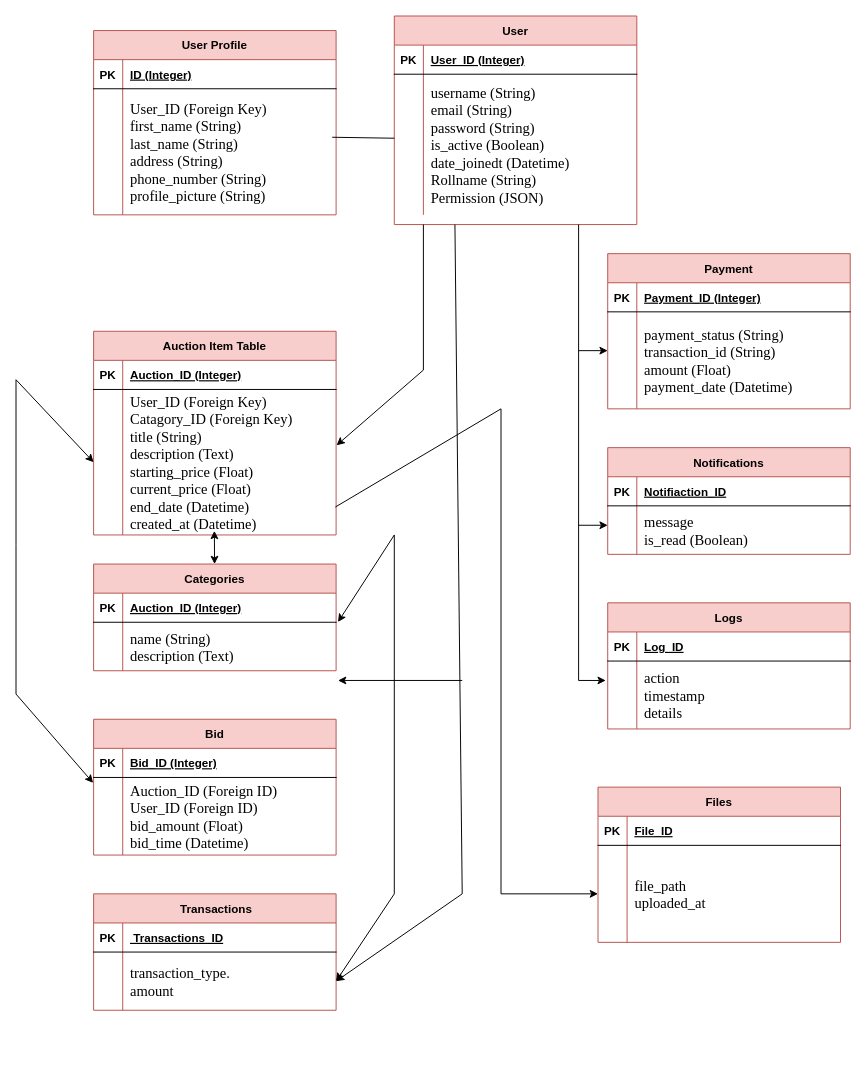
The draw.io diagram Online_Auction_Management (1).drawio in kaziikram678/Python_Django, before the edit. Source tidied: cells renumbered, new cells numbered last; positions are measured from the earlier drawing's top-left corner, leaving out a move shared by most shapes. Both pictures are drawn from the tidied source at 97%, with x=0, y=0 at pixel (16, 16).
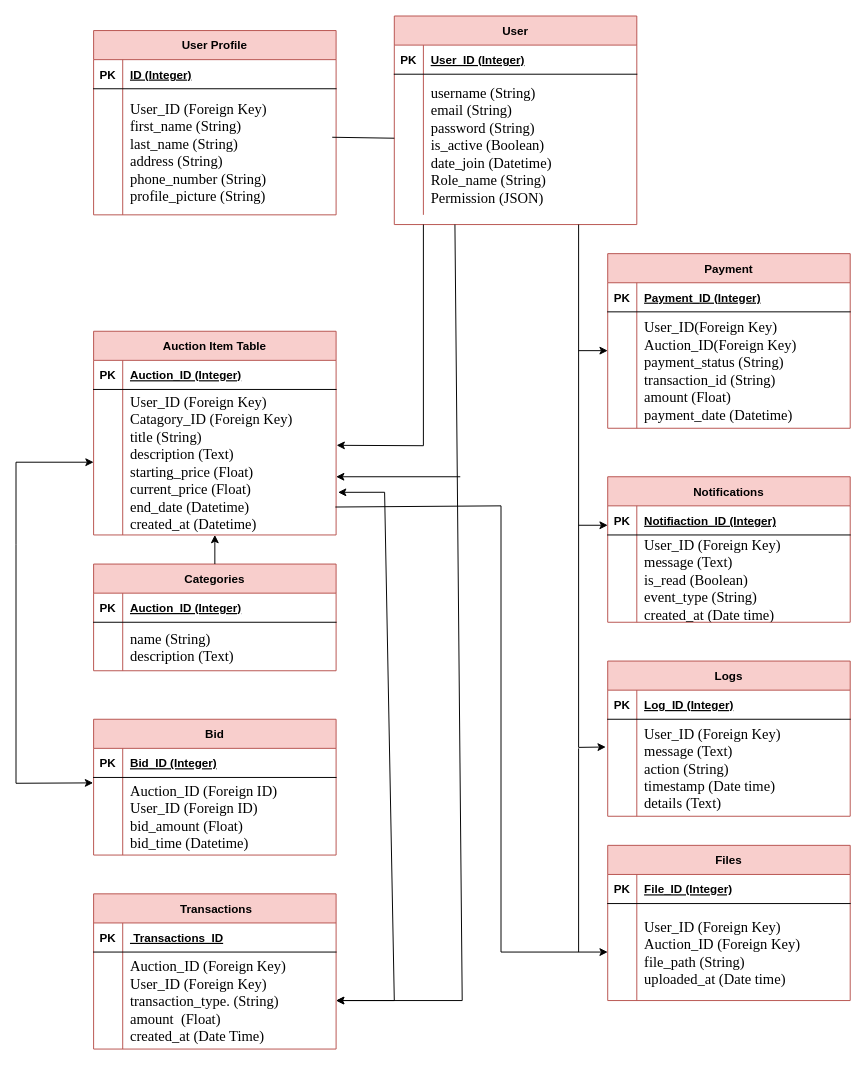
After the change.

The change refers to these unchanged cells:
```xml
<mxCell id="2" value="User" style="shape=table;startSize=30;childLayout=tableLayout;rowLines=0;fontStyle=1;align=center;labelBackgroundColor=none;fillColor=#f8cecc;strokeColor=#b85450;" parent="1" vertex="1">
  <mxGeometry x="390" width="250" height="215" as="geometry" />
</mxCell>
<mxCell id="6" style="shape=partialRectangle;fillColor=none;top=0;left=0;right=0;bottom=0;" parent="2" vertex="1">
  <mxGeometry y="60" width="250" height="145" as="geometry" />
</mxCell>
<mxCell id="20" style="shape=partialRectangle;fillColor=none;points=[[0,0.5],[1,0.5]];portConstraint=eastwest;top=0;left=0;right=0;bottom=0;" parent="16" vertex="1">
  <mxGeometry y="60" width="250" height="80" as="geometry" />
</mxCell>
<mxCell id="23" value="Categories" style="shape=table;startSize=30;childLayout=tableLayout;rowLines=0;fontStyle=1;align=center;fillColor=#f8cecc;strokeColor=#b85450;" parent="1" vertex="1">
  <mxGeometry x="80" y="565" width="250" height="110" as="geometry" />
</mxCell>
<mxCell id="27" style="shape=partialRectangle;fillColor=none;points=[[0,0.5],[1,0.5]];portConstraint=eastwest;top=0;left=0;right=0;bottom=0;" parent="23" vertex="1">
  <mxGeometry y="60" width="250" height="50" as="geometry" />
</mxCell>
<mxCell id="34" style="shape=partialRectangle;fillColor=none;points=[[0,0.5],[1,0.5]];portConstraint=eastwest;top=0;left=0;right=0;bottom=0;" parent="30" vertex="1">
  <mxGeometry y="60" width="250" height="150" as="geometry" />
</mxCell>
<mxCell id="45" style="shape=partialRectangle;fillColor=none;top=0;left=0;right=0;bottom=1;" parent="44" vertex="1">
  <mxGeometry y="30" width="250" height="30" as="geometry" />
</mxCell>
<mxCell id="52" style="shape=partialRectangle;fillColor=none;top=0;left=0;right=0;bottom=1;" parent="51" vertex="1">
  <mxGeometry y="30" width="250" height="30" as="geometry" />
</mxCell>
<mxCell id="66" style="shape=partialRectangle;fillColor=none;top=0;left=0;right=0;bottom=1;" parent="65" vertex="1">
  <mxGeometry y="30" width="250" height="30" as="geometry" />
</mxCell>
<mxCell id="69" style="shape=partialRectangle;fillColor=none;points=[[0,0.5],[1,0.5]];portConstraint=eastwest;top=0;left=0;right=0;bottom=0;" parent="65" vertex="1">
  <mxGeometry y="60" width="250" height="100" as="geometry" />
</mxCell>
```

Diff of the diagram source:
```diff
@@
-    <mxCell id="8" value="username (String)&#10;email (String)&#10;password (String)&#10;is_active (Boolean)&#10;date_joinedt (Datetime)&#10;Rollname (String)&#10;Permission (JSON)" style="shape=partialRectangle;overflow=hidden;fillColor=none;top=0;left=0;bottom=0;right=0;align=left;spacingLeft=6;fontFamily=Times New Roman;fontSize=15;" parent="6" vertex="1">
+    <mxCell id="8" value="username (String)&#10;email (String)&#10;password (String)&#10;is_active (Boolean)&#10;date_join (Datetime)&#10;Role_name (String)&#10;Permission (JSON)" style="shape=partialRectangle;overflow=hidden;fillColor=none;top=0;left=0;bottom=0;right=0;align=left;spacingLeft=6;fontFamily=Times New Roman;fontSize=15;" parent="6" vertex="1">
       <mxGeometry x="30" width="220" height="145" as="geometry" />
     </mxCell>
@@
     <mxCell id="37" value="Payment" style="shape=table;startSize=30;childLayout=tableLayout;rowLines=0;fontStyle=1;align=center;fillColor=#f8cecc;strokeColor=#b85450;" parent="1" vertex="1">
-      <mxGeometry x="610" y="245" width="250" height="160" as="geometry" />
+      <mxGeometry x="610" y="245" width="250" height="180" as="geometry" />
     </mxCell>
@@
     <mxCell id="41" style="shape=partialRectangle;fillColor=none;top=0;left=0;right=0;bottom=0;" parent="37" vertex="1">
-      <mxGeometry y="60" width="250" height="100" as="geometry" />
+      <mxGeometry y="60" width="250" height="120" as="geometry" />
     </mxCell>
     <mxCell id="42" style="shape=partialRectangle;overflow=hidden;fillColor=none;top=0;left=0;bottom=0;right=0;" parent="41" vertex="1">
-      <mxGeometry width="30" height="100" as="geometry" />
+      <mxGeometry width="30" height="120" as="geometry" />
     </mxCell>
-    <mxCell id="43" value="payment_status (String)&#10;transaction_id (String)&#10;amount (Float)&#10;payment_date (Datetime)" style="shape=partialRectangle;overflow=hidden;fillColor=none;top=0;left=0;bottom=0;right=0;align=left;spacingLeft=6;fontFamily=Times New Roman;fontSize=15;" parent="41" vertex="1">
-      <mxGeometry x="30" width="220" height="100" as="geometry" />
+    <mxCell id="43" value="User_ID(Foreign Key)&#10;Auction_ID(Foreign Key)&#10;payment_status (String)&#10;transaction_id (String)&#10;amount (Float)&#10;payment_date (Datetime)" style="shape=partialRectangle;overflow=hidden;fillColor=none;top=0;left=0;bottom=0;right=0;align=left;spacingLeft=6;fontFamily=Times New Roman;fontSize=15;" parent="41" vertex="1">
+      <mxGeometry x="30" width="220" height="120" as="geometry" />
     </mxCell>
     <mxCell id="44" value="Notifications" style="shape=table;startSize=30;childLayout=tableLayout;rowLines=0;fontStyle=1;align=center;fillColor=#f8cecc;strokeColor=#b85450;" parent="1" vertex="1">
-      <mxGeometry x="610" y="445" width="250" height="110" as="geometry" />
+      <mxGeometry x="610" y="475" width="250" height="150" as="geometry" />
     </mxCell>
@@
-    <mxCell id="47" value="Notifiaction_ID" style="shape=partialRectangle;overflow=hidden;fillColor=none;top=0;left=0;bottom=0;right=0;align=left;spacingLeft=6;fontStyle=5;" parent="45" vertex="1">
+    <mxCell id="47" value="Notifiaction_ID (Integer)" style="shape=partialRectangle;overflow=hidden;fillColor=none;top=0;left=0;bottom=0;right=0;align=left;spacingLeft=6;fontStyle=5;" parent="45" vertex="1">
       <mxGeometry x="30" width="220" height="30" as="geometry" />
     </mxCell>
     <mxCell id="48" style="shape=partialRectangle;fillColor=none;top=0;left=0;right=0;bottom=0;" parent="44" vertex="1">
-      <mxGeometry y="60" width="250" height="50" as="geometry" />
+      <mxGeometry y="60" width="250" height="90" as="geometry" />
     </mxCell>
     <mxCell id="49" style="shape=partialRectangle;overflow=hidden;fillColor=none;top=0;left=0;bottom=0;right=0;" parent="48" vertex="1">
-      <mxGeometry width="30" height="50" as="geometry" />
+      <mxGeometry width="30" height="90" as="geometry" />
     </mxCell>
-    <mxCell id="50" value="message&#10;is_read (Boolean)" style="shape=partialRectangle;overflow=hidden;fillColor=none;top=0;left=0;bottom=0;right=0;align=left;spacingLeft=6;fontFamily=Times New Roman;fontSize=15;" parent="48" vertex="1">
-      <mxGeometry x="30" width="220" height="50" as="geometry" />
+    <mxCell id="50" value="User_ID (Foreign Key)&#10;message (Text)&#10;is_read (Boolean)&#10;event_type (String)&#10;created_at (Date time)" style="shape=partialRectangle;overflow=hidden;fillColor=none;top=0;left=0;bottom=0;right=0;align=left;spacingLeft=6;fontFamily=Times New Roman;fontSize=15;" parent="48" vertex="1">
+      <mxGeometry x="30" width="220" height="90" as="geometry" />
     </mxCell>
     <mxCell id="51" value="Logs" style="shape=table;startSize=30;childLayout=tableLayout;rowLines=0;fontStyle=1;align=center;fillColor=#f8cecc;strokeColor=#b85450;" parent="1" vertex="1">
-      <mxGeometry x="610" y="605" width="250" height="130" as="geometry" />
+      <mxGeometry x="610" y="665" width="250" height="160" as="geometry" />
     </mxCell>
@@
-    <mxCell id="54" value="Log_ID" style="shape=partialRectangle;overflow=hidden;fillColor=none;top=0;left=0;bottom=0;right=0;align=left;spacingLeft=6;fontStyle=5;" parent="52" vertex="1">
+    <mxCell id="54" value="Log_ID (Integer)" style="shape=partialRectangle;overflow=hidden;fillColor=none;top=0;left=0;bottom=0;right=0;align=left;spacingLeft=6;fontStyle=5;" parent="52" vertex="1">
       <mxGeometry x="30" width="220" height="30" as="geometry" />
     </mxCell>
     <mxCell id="55" style="shape=partialRectangle;fillColor=none;points=[[0,0.5],[1,0.5]];portConstraint=eastwest;top=0;left=0;right=0;bottom=0;" parent="51" vertex="1">
-      <mxGeometry y="60" width="250" height="70" as="geometry" />
+      <mxGeometry y="60" width="250" height="100" as="geometry" />
     </mxCell>
     <mxCell id="56" style="shape=partialRectangle;overflow=hidden;fillColor=none;top=0;left=0;bottom=0;right=0;" parent="55" vertex="1">
-      <mxGeometry width="30" height="70" as="geometry" />
+      <mxGeometry width="30" height="100" as="geometry" />
     </mxCell>
-    <mxCell id="57" value="action&#10;timestamp&#10;details" style="shape=partialRectangle;overflow=hidden;fillColor=none;top=0;left=0;bottom=0;right=0;align=left;spacingLeft=6;fontFamily=Times New Roman;fontSize=15;" parent="55" vertex="1">
-      <mxGeometry x="30" width="220" height="70" as="geometry" />
+    <mxCell id="57" value="User_ID (Foreign Key)&#10;message (Text)&#10;action (String)&#10;timestamp (Date time)&#10;details (Text)" style="shape=partialRectangle;overflow=hidden;fillColor=none;top=0;left=0;bottom=0;right=0;align=left;spacingLeft=6;fontFamily=Times New Roman;fontSize=15;" parent="55" vertex="1">
+      <mxGeometry x="30" width="220" height="100" as="geometry" />
     </mxCell>
     <mxCell id="58" value=" Transactions" style="shape=table;startSize=30;childLayout=tableLayout;rowLines=0;fontStyle=1;align=center;fillColor=#f8cecc;strokeColor=#b85450;" parent="1" vertex="1">
-      <mxGeometry x="80" y="905" width="250" height="120" as="geometry" />
+      <mxGeometry x="80" y="905" width="250" height="160" as="geometry" />
     </mxCell>
@@
     <mxCell id="62" style="shape=partialRectangle;fillColor=none;points=[[0,0.5],[1,0.5]];portConstraint=eastwest;top=0;left=0;right=0;bottom=0;" parent="58" vertex="1">
-      <mxGeometry y="60" width="250" height="60" as="geometry" />
+      <mxGeometry y="60" width="250" height="100" as="geometry" />
     </mxCell>
     <mxCell id="63" style="shape=partialRectangle;overflow=hidden;fillColor=none;top=0;left=0;bottom=0;right=0;" parent="62" vertex="1">
-      <mxGeometry width="30" height="60" as="geometry" />
+      <mxGeometry width="30" height="100" as="geometry" />
     </mxCell>
-    <mxCell id="64" value="transaction_type.&#10;amount" style="shape=partialRectangle;overflow=hidden;fillColor=none;top=0;left=0;bottom=0;right=0;align=left;spacingLeft=6;fontFamily=Times New Roman;fontSize=15;" parent="62" vertex="1">
-      <mxGeometry x="30" width="220" height="60" as="geometry" />
+    <mxCell id="64" value="Auction_ID (Foreign Key)&#10;User_ID (Foreign Key)&#10;transaction_type. (String)&#10;amount  (Float)&#10;created_at (Date Time)" style="shape=partialRectangle;overflow=hidden;fillColor=none;top=0;left=0;bottom=0;right=0;align=left;spacingLeft=6;fontFamily=Times New Roman;fontSize=15;" parent="62" vertex="1">
+      <mxGeometry x="30" width="220" height="100" as="geometry" />
     </mxCell>
     <mxCell id="65" value="Files" style="shape=table;startSize=30;childLayout=tableLayout;rowLines=0;fontStyle=1;align=center;fillColor=#f8cecc;strokeColor=#b85450;" parent="1" vertex="1">
-      <mxGeometry x="600" y="795" width="250" height="160" as="geometry" />
+      <mxGeometry x="610" y="855" width="250" height="160" as="geometry" />
     </mxCell>
@@
-    <mxCell id="68" value="File_ID" style="shape=partialRectangle;overflow=hidden;fillColor=none;top=0;left=0;bottom=0;right=0;align=left;spacingLeft=6;fontStyle=5;" parent="66" vertex="1">
+    <mxCell id="68" value="File_ID (Integer)" style="shape=partialRectangle;overflow=hidden;fillColor=none;top=0;left=0;bottom=0;right=0;align=left;spacingLeft=6;fontStyle=5;" parent="66" vertex="1">
       <mxGeometry x="30" width="220" height="30" as="geometry" />
     </mxCell>
@@
-    <mxCell id="71" value="file_path&#10;uploaded_at" style="shape=partialRectangle;overflow=hidden;fillColor=none;top=0;left=0;bottom=0;right=0;align=left;spacingLeft=6;fontFamily=Times New Roman;fontSize=15;" parent="69" vertex="1">
+    <mxCell id="71" value="User_ID (Foreign Key)&#10;Auction_ID (Foreign Key)&#10;file_path (String)&#10;uploaded_at (Date time)" style="shape=partialRectangle;overflow=hidden;fillColor=none;top=0;left=0;bottom=0;right=0;align=left;spacingLeft=6;fontFamily=Times New Roman;fontSize=15;" parent="69" vertex="1">
       <mxGeometry x="30" width="220" height="100" as="geometry" />
     </mxCell>
-    <mxCell id="72" style="endArrow=classic;startArrow=classic;html=1;rounded=0;exitX=0.498;exitY=0.972;exitDx=0;exitDy=0;exitPerimeter=0;" parent="1" edge="1" source="34" target="23">
-      <mxGeometry relative="1" as="geometry" />
-    </mxCell>
     <mxCell id="73" style="endArrow=classic;startArrow=classic;html=1;rounded=0;exitX=0;exitY=0.5;exitDx=0;exitDy=0;entryX=-0.002;entryY=0.07;entryDx=0;entryDy=0;entryPerimeter=0;" parent="1" edge="1" source="34" target="20">
       <mxGeometry relative="1" as="geometry">
         <Array as="points">
-          <mxPoint y="375" />
+          <mxPoint y="460" />
           <mxPoint y="545" />
-          <mxPoint y="699" />
+          <mxPoint y="791" />
         </Array>
       </mxGeometry>
     </mxCell>
-    <mxCell id="74" style="endArrow=classic;startArrow=classic;html=1;rounded=0;entryX=1.008;entryY=-0.005;entryDx=0;entryDy=0;entryPerimeter=0;exitX=1;exitY=0.5;exitDx=0;exitDy=0;" parent="1" edge="1" source="62" target="27">
+    <mxCell id="74" style="endArrow=classic;startArrow=classic;html=1;rounded=0;exitX=1;exitY=0.5;exitDx=0;exitDy=0;entryX=1.008;entryY=0.707;entryDx=0;entryDy=0;entryPerimeter=0;" parent="1" edge="1" source="62" target="34">
       <mxGeometry relative="1" as="geometry">
         <Array as="points">
-          <mxPoint x="390" y="905" />
-          <mxPoint x="390" y="535" />
+          <mxPoint x="390" y="1015" />
+          <mxPoint x="380" y="491" />
         </Array>
       </mxGeometry>
     </mxCell>
     <mxCell id="75" style="endArrow=classic;html=1;rounded=0;entryX=1;entryY=0.5;entryDx=0;entryDy=0;exitX=0.25;exitY=1;exitDx=0;exitDy=0;" parent="1" edge="1" source="2" target="62">
       <mxGeometry relative="1" as="geometry">
         <Array as="points">
-          <mxPoint x="460" y="905" />
+          <mxPoint x="460" y="1015" />
         </Array>
       </mxGeometry>
     </mxCell>
@@
     <mxCell id="77" style="endArrow=classic;html=1;rounded=0;entryX=-0.008;entryY=0.286;entryDx=0;entryDy=0;entryPerimeter=0;" parent="1" edge="1" target="55">
       <mxGeometry relative="1" as="geometry">
         <mxPoint x="580" y="215" as="sourcePoint" />
         <Array as="points">
-          <mxPoint x="580" y="685" />
+          <mxPoint x="580" y="754" />
         </Array>
       </mxGeometry>
     </mxCell>
@@
     <mxCell id="80" style="endArrow=classic;html=1;rounded=0;" parent="1" edge="1">
       <mxGeometry relative="1" as="geometry">
-        <mxPoint x="460" y="685" as="sourcePoint" />
-        <mxPoint x="332" y="685" as="targetPoint" />
+        <mxPoint x="458" y="475" as="sourcePoint" />
+        <mxPoint x="330" y="475" as="targetPoint" />
       </mxGeometry>
     </mxCell>
     <mxCell id="81" style="endArrow=classic;html=1;rounded=0;entryX=1.002;entryY=0.384;entryDx=0;entryDy=0;entryPerimeter=0;" parent="1" edge="1" target="34">
       <mxGeometry relative="1" as="geometry">
         <mxPoint x="420" y="215" as="sourcePoint" />
         <Array as="points">
-          <mxPoint x="420" y="365" />
+          <mxPoint x="420" y="443" />
         </Array>
       </mxGeometry>
     </mxCell>
     <mxCell id="82" style="endArrow=classic;html=1;rounded=0;entryX=0;entryY=0.5;entryDx=0;entryDy=0;exitX=0.997;exitY=0.808;exitDx=0;exitDy=0;exitPerimeter=0;" parent="1" edge="1" source="34" target="69">
       <mxGeometry relative="1" as="geometry">
         <Array as="points">
-          <mxPoint x="500" y="405" />
-          <mxPoint x="500" y="905" />
+          <mxPoint x="500" y="505" />
+          <mxPoint x="500" y="965" />
         </Array>
       </mxGeometry>
     </mxCell>
+    <mxCell id="83" style="endArrow=classic;html=1;rounded=0;exitX=0.5;exitY=0;exitDx=0;exitDy=0;" parent="1" edge="1" source="23" target="34">
+      <mxGeometry relative="1" as="geometry" />
+    </mxCell>
+    <mxCell id="84" style="endArrow=none;html=1;rounded=0;" parent="1" edge="1">
+      <mxGeometry relative="1" as="geometry">
+        <mxPoint x="580" y="965" as="sourcePoint" />
+        <mxPoint x="580" y="755" as="targetPoint" />
+      </mxGeometry>
+    </mxCell>
```
